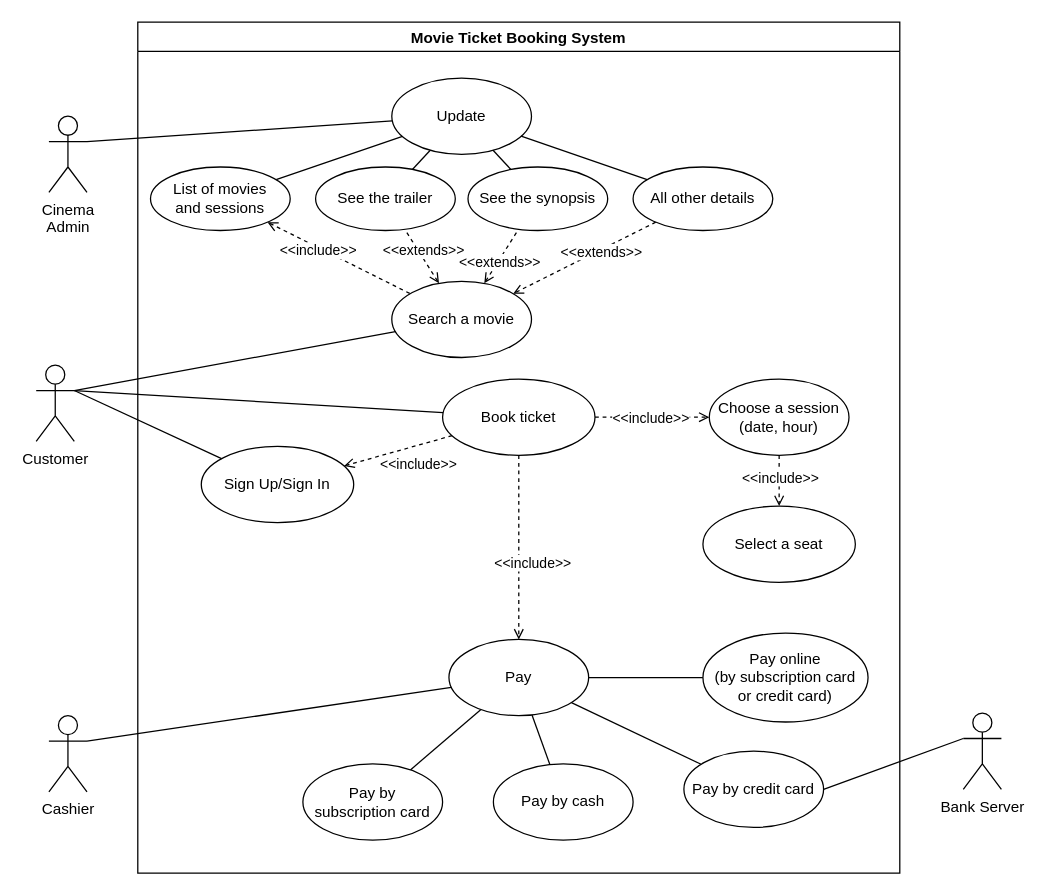
This is Use Case Movie Ticket Booking System.drawio from Melydgt/Draw-io-UML-England, a draw.io file, before an edit. Source tidied: cells renumbered, new cells numbered last; positions are measured from the earlier drawing's top-left corner, leaving out a move shared by most shapes. Both pictures are drawn from the tidied source at 127%, with x=0, y=0 at pixel (36, 22).
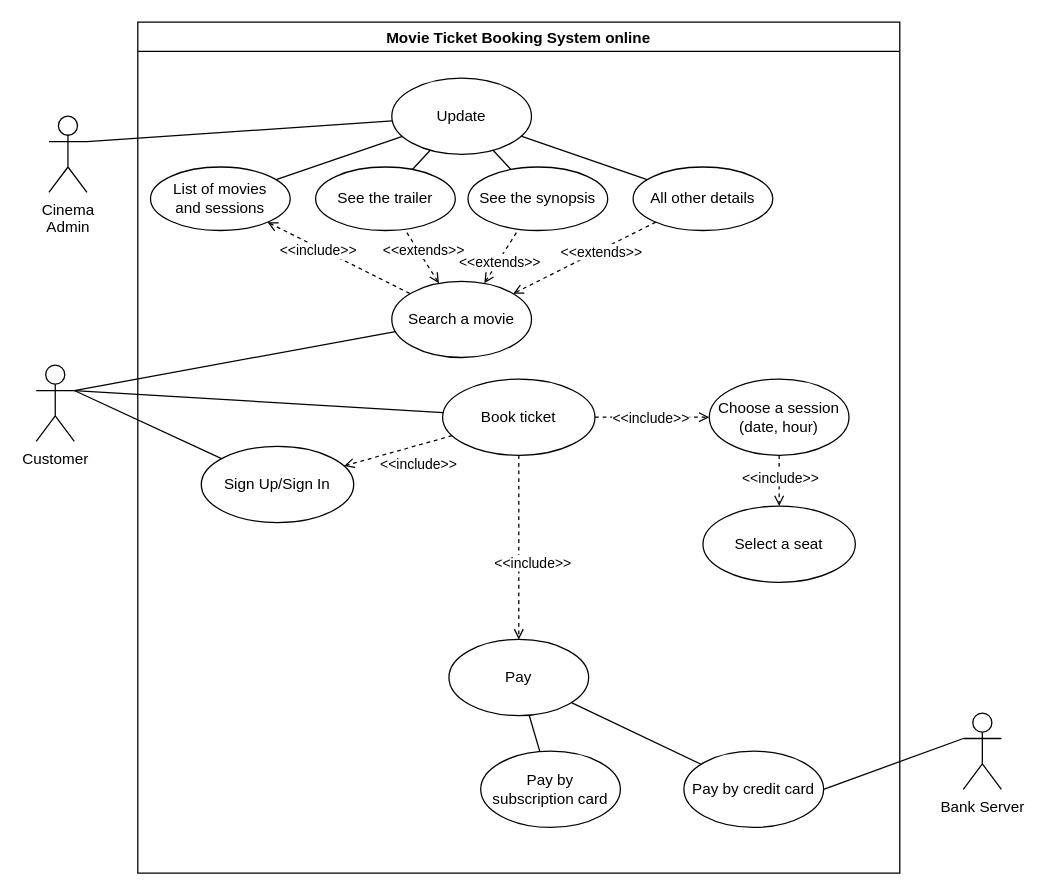
The same diagram, later.

Commit message:
Mettre à jour Use Case Movie Ticket Booking System.drawio

The change refers to these unchanged cells:
```xml
<mxCell id="16" value="Pay" style="ellipse;whiteSpace=wrap;html=1;" parent="3" vertex="1">
  <mxGeometry x="245" y="486" width="110" height="60" as="geometry" />
</mxCell>
```

Diff of the diagram source:
```diff
@@
-    <mxCell id="3" value="Movie Ticket Booking System" style="swimlane;" parent="1" vertex="1">
+    <mxCell id="3" value="Movie Ticket Booking System online" style="swimlane;" parent="1" vertex="1">
       <mxGeometry x="80" width="600" height="670" as="geometry" />
     </mxCell>
@@
-    <mxCell id="13" style="edgeStyle=none;rounded=0;jettySize=auto;html=1;startArrow=none;startFill=0;endArrow=none;endFill=0;" parent="3" edge="1" source="16" target="18">
-      <mxGeometry relative="1" as="geometry" />
-    </mxCell>
@@
     <mxCell id="17" value="Pay by &lt;br&gt;subscription card" style="ellipse;whiteSpace=wrap;html=1;" parent="3" vertex="1">
-      <mxGeometry x="130" y="584" width="110" height="60" as="geometry" />
+      <mxGeometry x="270" y="574" width="110" height="60" as="geometry" />
     </mxCell>
-    <mxCell id="18" value="Pay by cash" style="ellipse;whiteSpace=wrap;html=1;" parent="3" vertex="1">
-      <mxGeometry x="280" y="584" width="110" height="60" as="geometry" />
-    </mxCell>
@@
-    <mxCell id="26" style="edgeStyle=none;rounded=0;jettySize=auto;html=1;endArrow=none;endFill=0;" parent="3" edge="1" source="27" target="16">
-      <mxGeometry relative="1" as="geometry" />
-    </mxCell>
-    <mxCell id="27" value="Pay online&lt;br&gt;(by subscription card &lt;br&gt;or credit card)" style="ellipse;whiteSpace=wrap;html=1;" parent="3" vertex="1">
-      <mxGeometry x="445" y="481" width="130" height="70" as="geometry" />
-    </mxCell>
@@
-    <mxCell id="43" style="edgeStyle=none;rounded=0;jettySize=auto;html=1;exitX=1;exitY=0.3333333333333333;exitDx=0;exitDy=0;exitPerimeter=0;startArrow=none;startFill=0;endArrow=none;endFill=0;" parent="1" edge="1" source="44" target="16">
-      <mxGeometry relative="1" as="geometry" />
-    </mxCell>
-    <mxCell id="44" value="Cashier" style="shape=umlActor;verticalLabelPosition=bottom;verticalAlign=top;html=1;outlineConnect=0;" parent="1" vertex="1">
-      <mxGeometry x="10" y="546" width="30" height="60" as="geometry" />
-    </mxCell>
```
